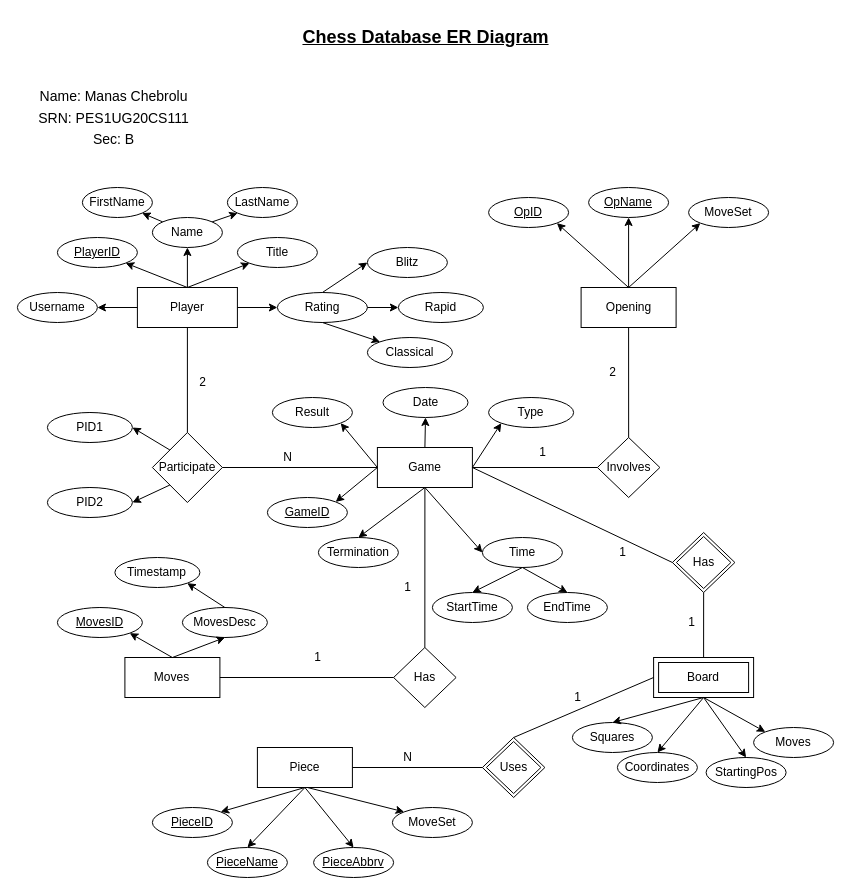
This is report/Chess_ER_Diagram.drawio from manasch/Chess_Database_DBMS_Project, a draw.io file, before an edit. Source tidied: cells renumbered, new cells numbered last; positions are measured from the earlier drawing's top-left corner, leaving out a move shared by most shapes. Both pictures are drawn from the tidied source at 100%, with x=0, y=0 at pixel (17, 17).
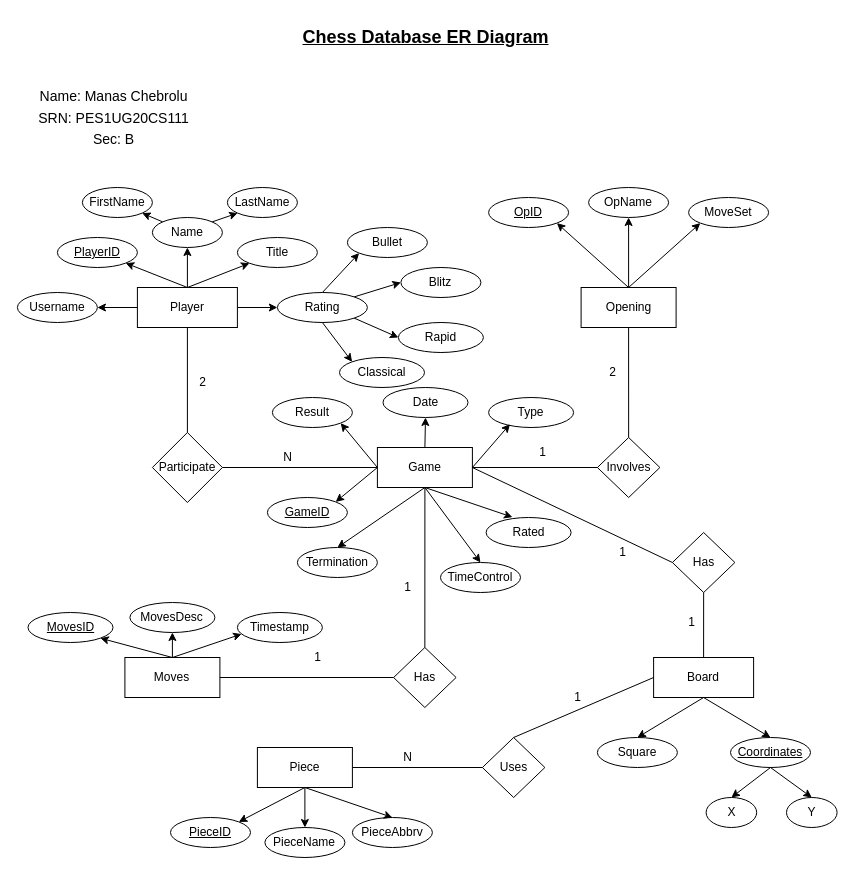
After the change.

Unchanged cells that the change refers to:
```xml
<mxCell id="6" value="Rating" style="ellipse;whiteSpace=wrap;html=1;" parent="1" vertex="1">
  <mxGeometry x="259.9" y="275" width="90" height="30" as="geometry" />
</mxCell>
<mxCell id="17" value="Game" style="rounded=0;whiteSpace=wrap;html=1;" parent="1" vertex="1">
  <mxGeometry x="359.9" y="430" width="95" height="40" as="geometry" />
</mxCell>
<mxCell id="18" value="Participate" style="rhombus;whiteSpace=wrap;html=1;" parent="1" vertex="1">
  <mxGeometry x="134.9" y="415" width="70" height="70" as="geometry" />
</mxCell>
<mxCell id="49" value="Moves" style="rounded=0;whiteSpace=wrap;html=1;" parent="1" vertex="1">
  <mxGeometry x="107.4" y="640" width="95" height="40" as="geometry" />
</mxCell>
<mxCell id="102" value="Type" style="ellipse;whiteSpace=wrap;html=1;" parent="1" vertex="1">
  <mxGeometry x="471.1" y="380" width="85" height="30" as="geometry" />
</mxCell>
```

What changed in the source:
```diff
@@
     <mxCell id="7" value="Blitz" style="ellipse;whiteSpace=wrap;html=1;" parent="1" vertex="1">
-      <mxGeometry x="349.9" y="230" width="80" height="30" as="geometry" />
+      <mxGeometry x="383.4" y="250" width="80" height="30" as="geometry" />
     </mxCell>
     <mxCell id="8" value="Rapid" style="ellipse;whiteSpace=wrap;html=1;" parent="1" vertex="1">
-      <mxGeometry x="380.9" y="275" width="85" height="30" as="geometry" />
+      <mxGeometry x="380.9" y="305" width="85" height="30" as="geometry" />
     </mxCell>
     <mxCell id="9" value="Classical" style="ellipse;whiteSpace=wrap;html=1;" parent="1" vertex="1">
-      <mxGeometry x="349.9" y="320" width="85" height="30" as="geometry" />
+      <mxGeometry x="322" y="340" width="85" height="30" as="geometry" />
     </mxCell>
@@
-    <mxCell id="14" style="endArrow=classic;html=1;rounded=0;entryX=0;entryY=0.5;entryDx=0;entryDy=0;exitX=0.5;exitY=0;exitDx=0;exitDy=0;" parent="1" edge="1" source="6" target="7">
+    <mxCell id="14" style="endArrow=classic;html=1;rounded=0;entryX=0;entryY=0.5;entryDx=0;entryDy=0;exitX=1;exitY=0;exitDx=0;exitDy=0;" parent="1" edge="1" source="6" target="7">
       <mxGeometry relative="1" as="geometry" />
     </mxCell>
-    <mxCell id="15" style="endArrow=classic;html=1;rounded=0;entryX=0;entryY=0.5;entryDx=0;entryDy=0;exitX=1;exitY=0.5;exitDx=0;exitDy=0;" parent="1" edge="1" source="6" target="8">
+    <mxCell id="15" style="endArrow=classic;html=1;rounded=0;entryX=0;entryY=0.5;entryDx=0;entryDy=0;exitX=1;exitY=1;exitDx=0;exitDy=0;" parent="1" edge="1" source="6" target="8">
       <mxGeometry relative="1" as="geometry" />
     </mxCell>
@@
     <mxCell id="22" value="Termination" style="ellipse;whiteSpace=wrap;html=1;" parent="1" vertex="1">
-      <mxGeometry x="300.9" y="520" width="80" height="30" as="geometry" />
+      <mxGeometry x="279.9" y="530" width="80" height="30" as="geometry" />
     </mxCell>
@@
-    <mxCell id="24" value="Time" style="ellipse;whiteSpace=wrap;html=1;" parent="1" vertex="1">
-      <mxGeometry x="464.9" y="520" width="80" height="30" as="geometry" />
+    <mxCell id="24" value="TimeControl" style="ellipse;whiteSpace=wrap;html=1;" parent="1" vertex="1">
+      <mxGeometry x="423" y="545" width="80" height="30" as="geometry" />
     </mxCell>
-    <mxCell id="25" value="StartTime" style="ellipse;whiteSpace=wrap;html=1;" parent="1" vertex="1">
-      <mxGeometry x="414.9" y="575" width="80" height="30" as="geometry" />
-    </mxCell>
-    <mxCell id="26" value="EndTime" style="ellipse;whiteSpace=wrap;html=1;" parent="1" vertex="1">
-      <mxGeometry x="509.9" y="575" width="80" height="30" as="geometry" />
-    </mxCell>
@@
-    <mxCell id="30" style="endArrow=classic;html=1;rounded=0;entryX=0;entryY=0.5;entryDx=0;entryDy=0;exitX=0.5;exitY=1;exitDx=0;exitDy=0;" parent="1" edge="1" source="17" target="24">
+    <mxCell id="30" style="endArrow=classic;html=1;rounded=0;entryX=0.5;entryY=0;entryDx=0;entryDy=0;exitX=0.5;exitY=1;exitDx=0;exitDy=0;" parent="1" edge="1" source="17" target="24">
       <mxGeometry relative="1" as="geometry" />
     </mxCell>
-    <mxCell id="31" style="endArrow=classic;html=1;rounded=0;entryX=0.5;entryY=0;entryDx=0;entryDy=0;exitX=0.5;exitY=1;exitDx=0;exitDy=0;" parent="1" edge="1" source="24" target="25">
-      <mxGeometry relative="1" as="geometry" />
-    </mxCell>
-    <mxCell id="32" style="endArrow=classic;html=1;rounded=0;entryX=0.5;entryY=0;entryDx=0;entryDy=0;exitX=0.5;exitY=1;exitDx=0;exitDy=0;" parent="1" edge="1" source="24" target="26">
-      <mxGeometry relative="1" as="geometry" />
-    </mxCell>
@@
-    <mxCell id="41" value="PID2" style="ellipse;whiteSpace=wrap;html=1;" parent="1" vertex="1">
-      <mxGeometry x="29.9" y="470" width="85" height="30" as="geometry" />
-    </mxCell>
-    <mxCell id="42" value="PID1" style="ellipse;whiteSpace=wrap;html=1;" parent="1" vertex="1">
-      <mxGeometry x="29.9" y="395" width="85" height="30" as="geometry" />
-    </mxCell>
-    <mxCell id="43" style="endArrow=classic;html=1;rounded=0;entryX=1;entryY=0.5;entryDx=0;entryDy=0;exitX=0;exitY=0;exitDx=0;exitDy=0;" parent="1" edge="1" source="18" target="42">
-      <mxGeometry relative="1" as="geometry" />
-    </mxCell>
-    <mxCell id="44" style="endArrow=classic;html=1;rounded=0;entryX=1;entryY=0.5;entryDx=0;entryDy=0;exitX=0;exitY=1;exitDx=0;exitDy=0;" parent="1" edge="1" source="18" target="41">
-      <mxGeometry relative="1" as="geometry" />
-    </mxCell>
@@
     <mxCell id="50" value="&lt;u&gt;MovesID&lt;/u&gt;" style="ellipse;whiteSpace=wrap;html=1;" parent="1" vertex="1">
-      <mxGeometry x="39.9" y="590" width="85" height="30" as="geometry" />
+      <mxGeometry x="10.5" y="595" width="85" height="30" as="geometry" />
     </mxCell>
     <mxCell id="51" value="MovesDesc" style="ellipse;whiteSpace=wrap;html=1;" parent="1" vertex="1">
-      <mxGeometry x="164.9" y="590" width="85" height="30" as="geometry" />
+      <mxGeometry x="112.4" y="585" width="85" height="30" as="geometry" />
     </mxCell>
     <mxCell id="52" value="Timestamp" style="ellipse;whiteSpace=wrap;html=1;" parent="1" vertex="1">
-      <mxGeometry x="97.4" y="540" width="85" height="30" as="geometry" />
+      <mxGeometry x="219.9" y="595" width="85" height="30" as="geometry" />
     </mxCell>
-    <mxCell id="53" style="endArrow=classic;html=1;rounded=0;exitX=0.5;exitY=0;exitDx=0;exitDy=0;entryX=1;entryY=1;entryDx=0;entryDy=0;" parent="1" edge="1" source="51" target="52">
+    <mxCell id="53" style="endArrow=classic;html=1;rounded=0;exitX=0.5;exitY=0;exitDx=0;exitDy=0;entryX=0.049;entryY=0.718;entryDx=0;entryDy=0;entryPerimeter=0;" parent="1" edge="1" source="49" target="52">
       <mxGeometry relative="1" as="geometry" />
     </mxCell>
@@
-    <mxCell id="59" value="&lt;u&gt;OpName&lt;/u&gt;" style="ellipse;whiteSpace=wrap;html=1;" parent="1" vertex="1">
+    <mxCell id="59" value="OpName" style="ellipse;whiteSpace=wrap;html=1;" parent="1" vertex="1">
       <mxGeometry x="571.1" y="170" width="80" height="30" as="geometry" />
     </mxCell>
@@
-    <mxCell id="69" value="Board" style="shape=ext;margin=3;double=1;whiteSpace=wrap;html=1;align=center;" parent="1" vertex="1">
+    <mxCell id="69" value="Board" style="shape=ext;margin=3;whiteSpace=wrap;html=1;align=center;" parent="1" vertex="1">
       <mxGeometry x="636.1" y="640" width="100" height="40" as="geometry" />
     </mxCell>
-    <mxCell id="70" value="Has" style="rhombus;whiteSpace=wrap;html=1;double=1;" parent="1" vertex="1">
+    <mxCell id="70" value="Has" style="rhombus;whiteSpace=wrap;html=1;" parent="1" vertex="1">
       <mxGeometry x="654.9" y="515" width="62.5" height="60" as="geometry" />
     </mxCell>
@@
-    <mxCell id="75" value="Squares" style="ellipse;whiteSpace=wrap;html=1;" parent="1" vertex="1">
-      <mxGeometry x="554.9" y="705" width="80" height="30" as="geometry" />
+    <mxCell id="75" value="Square" style="ellipse;whiteSpace=wrap;html=1;" parent="1" vertex="1">
+      <mxGeometry x="579.9" y="720" width="80" height="30" as="geometry" />
     </mxCell>
-    <mxCell id="76" value="Coordinates" style="ellipse;whiteSpace=wrap;html=1;" parent="1" vertex="1">
-      <mxGeometry x="599.9" y="735" width="80" height="30" as="geometry" />
+    <mxCell id="76" value="&lt;u&gt;Coordinates&lt;/u&gt;" style="ellipse;whiteSpace=wrap;html=1;" parent="1" vertex="1">
+      <mxGeometry x="713" y="720" width="80" height="30" as="geometry" />
     </mxCell>
@@
-    <mxCell id="79" value="Uses" style="rhombus;whiteSpace=wrap;html=1;double=1;" parent="1" vertex="1">
+    <mxCell id="79" value="Uses" style="rhombus;whiteSpace=wrap;html=1;" parent="1" vertex="1">
       <mxGeometry x="464.9" y="720" width="62.5" height="60" as="geometry" />
     </mxCell>
@@
     <mxCell id="83" value="&lt;u&gt;PieceID&lt;/u&gt;" style="ellipse;whiteSpace=wrap;html=1;" parent="1" vertex="1">
-      <mxGeometry x="134.9" y="790" width="80" height="30" as="geometry" />
+      <mxGeometry x="153" y="800" width="80" height="30" as="geometry" />
     </mxCell>
-    <mxCell id="84" value="MoveSet" style="ellipse;whiteSpace=wrap;html=1;" parent="1" vertex="1">
-      <mxGeometry x="374.9" y="790" width="80" height="30" as="geometry" />
-    </mxCell>
-    <mxCell id="85" value="Moves" style="ellipse;whiteSpace=wrap;html=1;" parent="1" vertex="1">
-      <mxGeometry x="736.1" y="710" width="80" height="30" as="geometry" />
-    </mxCell>
-    <mxCell id="86" style="endArrow=classic;html=1;rounded=0;entryX=0;entryY=0;entryDx=0;entryDy=0;exitX=0.5;exitY=1;exitDx=0;exitDy=0;" parent="1" edge="1" source="69" target="85">
-      <mxGeometry relative="1" as="geometry" />
-    </mxCell>
-    <mxCell id="87" value="&lt;u&gt;PieceName&lt;/u&gt;" style="ellipse;whiteSpace=wrap;html=1;" parent="1" vertex="1">
-      <mxGeometry x="189.9" y="830" width="80" height="30" as="geometry" />
+    <mxCell id="87" value="PieceName" style="ellipse;whiteSpace=wrap;html=1;" parent="1" vertex="1">
+      <mxGeometry x="247.4" y="810" width="80" height="30" as="geometry" />
     </mxCell>
@@
-    <mxCell id="89" value="&lt;u&gt;PieceAbbrv&lt;/u&gt;" style="ellipse;whiteSpace=wrap;html=1;" parent="1" vertex="1">
-      <mxGeometry x="296.1" y="830" width="80" height="30" as="geometry" />
+    <mxCell id="89" value="PieceAbbrv" style="ellipse;whiteSpace=wrap;html=1;" parent="1" vertex="1">
+      <mxGeometry x="334.9" y="800" width="80" height="30" as="geometry" />
     </mxCell>
@@
-    <mxCell id="93" style="endArrow=classic;html=1;rounded=0;entryX=0;entryY=0;entryDx=0;entryDy=0;" parent="1" edge="1" target="84">
-      <mxGeometry relative="1" as="geometry">
-        <mxPoint x="289.9" y="770" as="sourcePoint" />
-      </mxGeometry>
-    </mxCell>
@@
-    <mxCell id="98" value="StartingPos" style="ellipse;whiteSpace=wrap;html=1;" parent="1" vertex="1">
-      <mxGeometry x="688.6" y="740" width="80" height="30" as="geometry" />
-    </mxCell>
-    <mxCell id="99" style="endArrow=classic;html=1;rounded=0;entryX=0.5;entryY=0;entryDx=0;entryDy=0;exitX=0.5;exitY=1;exitDx=0;exitDy=0;" parent="1" edge="1" source="69" target="98">
-      <mxGeometry relative="1" as="geometry" />
-    </mxCell>
@@
-    <mxCell id="103" style="endArrow=classic;html=1;rounded=0;entryX=0;entryY=1;entryDx=0;entryDy=0;exitX=1;exitY=0.5;exitDx=0;exitDy=0;" parent="1" edge="1" source="17" target="102">
+    <mxCell id="103" style="endArrow=classic;html=1;rounded=0;entryX=0.251;entryY=0.889;entryDx=0;entryDy=0;exitX=1;exitY=0.5;exitDx=0;exitDy=0;entryPerimeter=0;" parent="1" edge="1" source="17" target="102">
       <mxGeometry relative="1" as="geometry" />
     </mxCell>
+    <mxCell id="104" value="Bullet" style="ellipse;whiteSpace=wrap;html=1;" parent="1" vertex="1">
+      <mxGeometry x="329.9" y="210" width="80" height="30" as="geometry" />
+    </mxCell>
+    <mxCell id="105" style="endArrow=classic;html=1;rounded=0;entryX=0;entryY=1;entryDx=0;entryDy=0;exitX=0.5;exitY=0;exitDx=0;exitDy=0;" parent="1" edge="1" source="6" target="104">
+      <mxGeometry relative="1" as="geometry" />
+    </mxCell>
+    <mxCell id="106" value="X" style="ellipse;whiteSpace=wrap;html=1;" parent="1" vertex="1">
+      <mxGeometry x="688.6" y="780" width="50.6" height="30" as="geometry" />
+    </mxCell>
+    <mxCell id="107" value="Y" style="ellipse;whiteSpace=wrap;html=1;" parent="1" vertex="1">
+      <mxGeometry x="769" y="780" width="50.6" height="30" as="geometry" />
+    </mxCell>
+    <mxCell id="108" style="endArrow=classic;html=1;rounded=0;entryX=0.5;entryY=0;entryDx=0;entryDy=0;exitX=0.5;exitY=1;exitDx=0;exitDy=0;" parent="1" edge="1" source="76" target="106">
+      <mxGeometry relative="1" as="geometry" />
+    </mxCell>
+    <mxCell id="109" style="endArrow=classic;html=1;rounded=0;entryX=0.5;entryY=0;entryDx=0;entryDy=0;exitX=0.5;exitY=1;exitDx=0;exitDy=0;" parent="1" edge="1" source="76" target="107">
+      <mxGeometry relative="1" as="geometry" />
+    </mxCell>
+    <mxCell id="110" value="Rated" style="ellipse;whiteSpace=wrap;html=1;" parent="1" vertex="1">
+      <mxGeometry x="468.6" y="500" width="85" height="30" as="geometry" />
+    </mxCell>
+    <mxCell id="111" style="endArrow=classic;html=1;rounded=0;entryX=0.31;entryY=-0.012;entryDx=0;entryDy=0;exitX=0.5;exitY=1;exitDx=0;exitDy=0;entryPerimeter=0;" parent="1" edge="1" source="17" target="110">
+      <mxGeometry relative="1" as="geometry" />
+    </mxCell>
```
